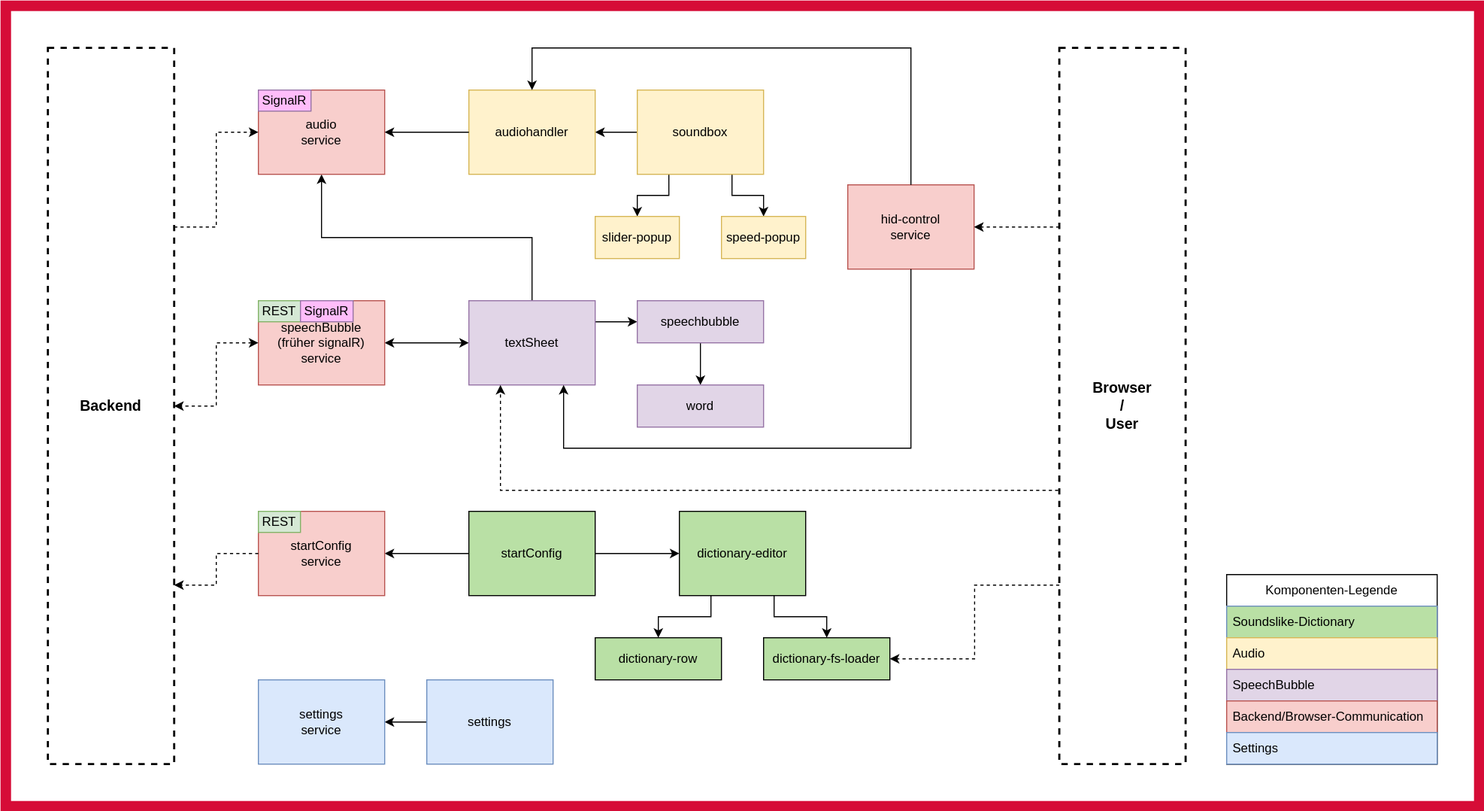
Before: TechnicalDocumentation/arc42/img/Bausteinsicht_2_Frontend.drawio.svg, a diagram exported from draw.io (Subletic/Documentation). Source tidied: cells renumbered, new cells last; positions are measured from the earlier drawing's top-left corner, leaving out a move shared by most shapes. The source it was exported from:
```xml
<mxGraphModel>
  <root>
    <mxCell id="0" />
    <mxCell id="1" parent="0" />
    <mxCell id="2" style="rounded=0;whiteSpace=wrap;html=1;strokeColor=#D60C37;fillColor=default;strokeWidth=10;" parent="1" vertex="1">
      <mxGeometry width="1400" height="760" as="geometry" />
    </mxCell>
    <mxCell id="3" style="edgeStyle=orthogonalEdgeStyle;rounded=0;jettySize=auto;html=1;exitX=1;exitY=0.5;exitDx=0;exitDy=0;entryX=0;entryY=0.5;entryDx=0;entryDy=0;" parent="1" edge="1" source="5" target="9">
      <mxGeometry relative="1" as="geometry" />
    </mxCell>
    <mxCell id="4" style="edgeStyle=orthogonalEdgeStyle;rounded=0;jettySize=auto;html=1;exitX=0;exitY=0.5;exitDx=0;exitDy=0;entryX=1;entryY=0.5;entryDx=0;entryDy=0;" parent="1" edge="1" source="5" target="31">
      <mxGeometry relative="1" as="geometry" />
    </mxCell>
    <mxCell id="5" value="startConfig" style="html=1;whiteSpace=wrap;fillColor=#B9E0A5;strokeColor=default;" parent="1" vertex="1">
      <mxGeometry x="440" y="480" width="120" height="80" as="geometry" />
    </mxCell>
    <mxCell id="6" style="ellipse;whiteSpace=wrap;html=1;align=center;fillColor=none;strokeColor=none;perimeter=centerPerimeter;" parent="1" vertex="1">
      <mxGeometry x="400" y="350" width="10" height="10" as="geometry" />
    </mxCell>
    <mxCell id="7" style="edgeStyle=orthogonalEdgeStyle;rounded=0;jettySize=auto;html=1;exitX=0.25;exitY=1;exitDx=0;exitDy=0;entryX=0.5;entryY=0;entryDx=0;entryDy=0;" parent="1" edge="1" source="9" target="45">
      <mxGeometry relative="1" as="geometry" />
    </mxCell>
    <mxCell id="8" style="edgeStyle=orthogonalEdgeStyle;rounded=0;jettySize=auto;html=1;exitX=0.75;exitY=1;exitDx=0;exitDy=0;" parent="1" edge="1" source="9" target="46">
      <mxGeometry relative="1" as="geometry" />
    </mxCell>
    <mxCell id="9" value="&lt;div&gt;dictionary-editor&lt;/div&gt;" style="html=1;whiteSpace=wrap;fillColor=#B9E0A5;strokeColor=default;" parent="1" vertex="1">
      <mxGeometry x="640" y="480" width="120" height="80" as="geometry" />
    </mxCell>
    <mxCell id="10" style="ellipse;whiteSpace=wrap;html=1;align=center;fillColor=none;strokeColor=none;perimeter=centerPerimeter;" parent="1" vertex="1">
      <mxGeometry x="405" y="330" width="10" height="10" as="geometry" />
    </mxCell>
    <mxCell id="11" style="ellipse;whiteSpace=wrap;html=1;align=center;fillColor=none;strokeColor=none;perimeter=centerPerimeter;" parent="1" vertex="1">
      <mxGeometry x="405" y="360" width="10" height="10" as="geometry" />
    </mxCell>
    <mxCell id="12" style="edgeStyle=orthogonalEdgeStyle;rounded=0;jettySize=auto;html=1;exitX=1;exitY=0.25;exitDx=0;exitDy=0;entryX=0;entryY=0.5;entryDx=0;entryDy=0;" parent="1" edge="1" source="15" target="17">
      <mxGeometry relative="1" as="geometry" />
    </mxCell>
    <mxCell id="13" style="edgeStyle=orthogonalEdgeStyle;rounded=0;jettySize=auto;html=1;exitX=0;exitY=0.5;exitDx=0;exitDy=0;entryX=1;entryY=0.5;entryDx=0;entryDy=0;startArrow=classic;startFill=1;" parent="1" edge="1" source="15" target="34">
      <mxGeometry relative="1" as="geometry" />
    </mxCell>
    <mxCell id="14" style="edgeStyle=orthogonalEdgeStyle;rounded=0;jettySize=auto;html=1;exitX=0.5;exitY=0;exitDx=0;exitDy=0;entryX=0.5;entryY=1;entryDx=0;entryDy=0;" parent="1" edge="1" source="15" target="38">
      <mxGeometry relative="1" as="geometry">
        <Array as="points">
          <mxPoint x="500" y="220" />
          <mxPoint x="300" y="220" />
        </Array>
      </mxGeometry>
    </mxCell>
    <mxCell id="15" value="&lt;div&gt;textSheet&lt;/div&gt;" style="html=1;whiteSpace=wrap;fillColor=#e1d5e7;strokeColor=#9673a6;" parent="1" vertex="1">
      <mxGeometry x="440" y="280" width="120" height="80" as="geometry" />
    </mxCell>
    <mxCell id="16" style="edgeStyle=orthogonalEdgeStyle;rounded=0;jettySize=auto;html=1;exitX=0.5;exitY=1;exitDx=0;exitDy=0;entryX=0.5;entryY=0;entryDx=0;entryDy=0;" parent="1" edge="1" source="17" target="19">
      <mxGeometry relative="1" as="geometry" />
    </mxCell>
    <mxCell id="17" value="speechbubble" style="html=1;whiteSpace=wrap;fillColor=#e1d5e7;strokeColor=#9673a6;" parent="1" vertex="1">
      <mxGeometry x="600" y="280" width="120" height="40" as="geometry" />
    </mxCell>
    <mxCell id="18" style="ellipse;whiteSpace=wrap;html=1;align=center;fillColor=none;strokeColor=none;perimeter=centerPerimeter;" parent="1" vertex="1">
      <mxGeometry x="415" y="310" width="10" height="10" as="geometry" />
    </mxCell>
    <mxCell id="19" value="word" style="html=1;whiteSpace=wrap;fillColor=#e1d5e7;strokeColor=#9673a6;" parent="1" vertex="1">
      <mxGeometry x="600" y="360" width="120" height="40" as="geometry" />
    </mxCell>
    <mxCell id="20" style="edgeStyle=orthogonalEdgeStyle;rounded=0;jettySize=auto;html=1;exitX=0;exitY=0.5;exitDx=0;exitDy=0;entryX=1;entryY=0.5;entryDx=0;entryDy=0;" parent="1" edge="1" source="23" target="41">
      <mxGeometry relative="1" as="geometry" />
    </mxCell>
    <mxCell id="21" style="edgeStyle=orthogonalEdgeStyle;rounded=0;jettySize=auto;html=1;exitX=0.25;exitY=1;exitDx=0;exitDy=0;entryX=0.5;entryY=0;entryDx=0;entryDy=0;" parent="1" edge="1" source="23" target="42">
      <mxGeometry relative="1" as="geometry" />
    </mxCell>
    <mxCell id="22" style="edgeStyle=orthogonalEdgeStyle;rounded=0;jettySize=auto;html=1;exitX=0.75;exitY=1;exitDx=0;exitDy=0;entryX=0.5;entryY=0;entryDx=0;entryDy=0;" parent="1" edge="1" source="23" target="43">
      <mxGeometry relative="1" as="geometry" />
    </mxCell>
    <mxCell id="23" value="soundbox" style="html=1;whiteSpace=wrap;fillColor=#fff2cc;strokeColor=#d6b656;" parent="1" vertex="1">
      <mxGeometry x="600" y="80" width="120" height="80" as="geometry" />
    </mxCell>
    <mxCell id="24" value="Komponenten-Legende" style="swimlane;fontStyle=0;horizontal=1;startSize=30;whiteSpace=wrap;html=1;" parent="1" vertex="1">
      <mxGeometry x="1160" y="540" width="200" height="180" as="geometry" />
    </mxCell>
    <mxCell id="25" value="Soundslike-Dictionary" style="text;strokeColor=#6c8ebf;fillColor=#B9E0A5;align=left;verticalAlign=middle;spacingLeft=4;spacingRight=4;overflow=hidden;whiteSpace=wrap;html=1;" parent="24" vertex="1">
      <mxGeometry y="30" width="200" height="30" as="geometry" />
    </mxCell>
    <mxCell id="26" value="Audio" style="text;strokeColor=#d6b656;fillColor=#fff2cc;align=left;verticalAlign=middle;spacingLeft=4;spacingRight=4;overflow=hidden;whiteSpace=wrap;html=1;" parent="24" vertex="1">
      <mxGeometry y="60" width="200" height="30" as="geometry" />
    </mxCell>
    <mxCell id="27" value="SpeechBubble" style="text;strokeColor=#9673a6;fillColor=#e1d5e7;align=left;verticalAlign=middle;spacingLeft=4;spacingRight=4;overflow=hidden;whiteSpace=wrap;html=1;" parent="24" vertex="1">
      <mxGeometry y="90" width="200" height="30" as="geometry" />
    </mxCell>
    <mxCell id="28" value="Backend/Browser-Communication" style="text;strokeColor=#b85450;fillColor=#f8cecc;align=left;verticalAlign=middle;spacingLeft=4;spacingRight=4;overflow=hidden;whiteSpace=wrap;html=1;" parent="24" vertex="1">
      <mxGeometry y="120" width="200" height="30" as="geometry" />
    </mxCell>
    <mxCell id="29" value="Settings" style="text;strokeColor=#6c8ebf;fillColor=#dae8fc;align=left;verticalAlign=middle;spacingLeft=4;spacingRight=4;overflow=hidden;whiteSpace=wrap;html=1;" parent="24" vertex="1">
      <mxGeometry y="150" width="200" height="30" as="geometry" />
    </mxCell>
    <mxCell id="30" style="group;" parent="1" vertex="1">
      <mxGeometry x="240" y="480" width="120" height="80" as="geometry" />
    </mxCell>
    <mxCell id="31" value="startConfig&lt;div&gt;service&lt;br&gt;&lt;/div&gt;" style="html=1;whiteSpace=wrap;fillColor=#f8cecc;strokeColor=#b85450;" parent="30" vertex="1">
      <mxGeometry width="120" height="80" as="geometry" />
    </mxCell>
    <mxCell id="32" value="REST" style="rounded=0;whiteSpace=wrap;html=1;fillColor=#d5e8d4;strokeColor=#82b366;" parent="30" vertex="1">
      <mxGeometry width="40" height="20" as="geometry" />
    </mxCell>
    <mxCell id="33" style="group;" parent="1" vertex="1">
      <mxGeometry x="240" y="280" width="120" height="80" as="geometry" />
    </mxCell>
    <mxCell id="34" value="&lt;div&gt;speechBubble&lt;/div&gt;&lt;div&gt;(früher signalR)&lt;/div&gt;&lt;div&gt;service&lt;/div&gt;" style="html=1;whiteSpace=wrap;fillColor=#f8cecc;strokeColor=#b85450;" parent="33" vertex="1">
      <mxGeometry width="120" height="80" as="geometry" />
    </mxCell>
    <mxCell id="35" value="REST" style="rounded=0;whiteSpace=wrap;html=1;fillColor=#d5e8d4;strokeColor=#82b366;" parent="33" vertex="1">
      <mxGeometry width="40" height="20" as="geometry" />
    </mxCell>
    <mxCell id="36" value="SignalR" style="rounded=0;whiteSpace=wrap;html=1;fillColor=#ffbdfa;strokeColor=#9673a6;" parent="33" vertex="1">
      <mxGeometry x="40" width="50" height="20" as="geometry" />
    </mxCell>
    <mxCell id="37" style="group;" parent="1" vertex="1">
      <mxGeometry x="240" y="80" width="120" height="80" as="geometry" />
    </mxCell>
    <mxCell id="38" value="&lt;div&gt;audio&lt;/div&gt;&lt;div&gt;service&lt;br&gt;&lt;/div&gt;" style="html=1;whiteSpace=wrap;fillColor=#f8cecc;strokeColor=#b85450;" parent="37" vertex="1">
      <mxGeometry width="120" height="80" as="geometry" />
    </mxCell>
    <mxCell id="39" value="SignalR" style="rounded=0;whiteSpace=wrap;html=1;fillColor=#ffbdfa;strokeColor=#9673a6;" parent="37" vertex="1">
      <mxGeometry width="50" height="20" as="geometry" />
    </mxCell>
    <mxCell id="40" style="group;" parent="1" vertex="1">
      <mxGeometry x="440" y="80" width="120" height="80" as="geometry" />
    </mxCell>
    <mxCell id="41" value="audiohandler" style="html=1;whiteSpace=wrap;fillColor=#fff2cc;strokeColor=#d6b656;" parent="40" vertex="1">
      <mxGeometry width="120" height="80" as="geometry" />
    </mxCell>
    <mxCell id="42" value="slider-popup" style="html=1;whiteSpace=wrap;fillColor=#fff2cc;strokeColor=#d6b656;" parent="1" vertex="1">
      <mxGeometry x="560" y="200" width="80" height="40" as="geometry" />
    </mxCell>
    <mxCell id="43" value="speed-popup" style="html=1;whiteSpace=wrap;fillColor=#fff2cc;strokeColor=#d6b656;" parent="1" vertex="1">
      <mxGeometry x="680" y="200" width="80" height="40" as="geometry" />
    </mxCell>
    <mxCell id="44" style="edgeStyle=orthogonalEdgeStyle;rounded=0;jettySize=auto;html=1;exitX=0;exitY=0.5;exitDx=0;exitDy=0;entryX=1;entryY=0.5;entryDx=0;entryDy=0;" parent="1" edge="1" source="41" target="38">
      <mxGeometry relative="1" as="geometry" />
    </mxCell>
    <mxCell id="45" value="dictionary-row" style="html=1;whiteSpace=wrap;fillColor=#B9E0A5;strokeColor=default;" parent="1" vertex="1">
      <mxGeometry x="560" y="600" width="120" height="40" as="geometry" />
    </mxCell>
    <mxCell id="46" value="dictionary-fs-loader" style="html=1;whiteSpace=wrap;fillColor=#B9E0A5;strokeColor=default;" parent="1" vertex="1">
      <mxGeometry x="720" y="600" width="120" height="40" as="geometry" />
    </mxCell>
    <mxCell id="47" style="group;" parent="1" vertex="1">
      <mxGeometry x="800" y="170" width="120" height="80" as="geometry" />
    </mxCell>
    <mxCell id="48" value="&lt;div&gt;hid-control&lt;/div&gt;&lt;div&gt;service&lt;br&gt;&lt;/div&gt;" style="html=1;whiteSpace=wrap;fillColor=#f8cecc;strokeColor=#b85450;" parent="47" vertex="1">
      <mxGeometry width="120" height="80" as="geometry" />
    </mxCell>
    <mxCell id="49" style="edgeStyle=orthogonalEdgeStyle;rounded=0;jettySize=auto;html=1;exitX=0.5;exitY=0;exitDx=0;exitDy=0;entryX=0.5;entryY=0;entryDx=0;entryDy=0;" parent="1" edge="1" source="48" target="41">
      <mxGeometry relative="1" as="geometry">
        <Array as="points">
          <mxPoint x="860" y="40" />
          <mxPoint x="500" y="40" />
        </Array>
      </mxGeometry>
    </mxCell>
    <mxCell id="50" style="edgeStyle=orthogonalEdgeStyle;rounded=0;jettySize=auto;html=1;exitX=0.5;exitY=1;exitDx=0;exitDy=0;entryX=0.75;entryY=1;entryDx=0;entryDy=0;" parent="1" edge="1" source="48" target="15">
      <mxGeometry relative="1" as="geometry">
        <Array as="points">
          <mxPoint x="860" y="420" />
          <mxPoint x="530" y="420" />
        </Array>
      </mxGeometry>
    </mxCell>
    <mxCell id="51" style="edgeStyle=orthogonalEdgeStyle;rounded=0;jettySize=auto;html=1;exitX=0;exitY=0.5;exitDx=0;exitDy=0;entryX=1;entryY=0.5;entryDx=0;entryDy=0;" parent="1" edge="1" source="52" target="53">
      <mxGeometry relative="1" as="geometry" />
    </mxCell>
    <mxCell id="52" value="settings" style="html=1;whiteSpace=wrap;fillColor=#dae8fc;strokeColor=#6c8ebf;" parent="1" vertex="1">
      <mxGeometry x="400" y="640" width="120" height="80" as="geometry" />
    </mxCell>
    <mxCell id="53" value="&lt;div&gt;settings&lt;/div&gt;&lt;div&gt;service&lt;br&gt;&lt;/div&gt;" style="html=1;whiteSpace=wrap;fillColor=#dae8fc;strokeColor=#6c8ebf;" parent="1" vertex="1">
      <mxGeometry x="240" y="640" width="120" height="80" as="geometry" />
    </mxCell>
    <mxCell id="54" style="edgeStyle=orthogonalEdgeStyle;rounded=0;jettySize=auto;html=1;exitX=0;exitY=0.25;exitDx=0;exitDy=0;entryX=1;entryY=0.5;entryDx=0;entryDy=0;dashed=1;" parent="1" edge="1" source="57" target="48">
      <mxGeometry relative="1" as="geometry" />
    </mxCell>
    <mxCell id="55" style="edgeStyle=orthogonalEdgeStyle;rounded=0;jettySize=auto;html=1;exitX=0;exitY=0.75;exitDx=0;exitDy=0;entryX=1;entryY=0.5;entryDx=0;entryDy=0;dashed=1;" parent="1" edge="1" source="57" target="46">
      <mxGeometry relative="1" as="geometry" />
    </mxCell>
    <mxCell id="56" style="edgeStyle=orthogonalEdgeStyle;rounded=0;jettySize=auto;html=1;entryX=0.25;entryY=1;entryDx=0;entryDy=0;dashed=1;" parent="1" edge="1" target="15">
      <mxGeometry relative="1" as="geometry">
        <mxPoint x="1000" y="460" as="sourcePoint" />
        <Array as="points">
          <mxPoint x="470" y="460" />
        </Array>
      </mxGeometry>
    </mxCell>
    <mxCell id="57" value="&lt;div style=&quot;font-size: 14px;&quot;&gt;&lt;font style=&quot;font-size: 14px;&quot;&gt;&lt;b&gt;Browser&lt;/b&gt;&lt;/font&gt;&lt;/div&gt;&lt;div style=&quot;font-size: 14px;&quot;&gt;&lt;font style=&quot;font-size: 14px;&quot;&gt;&lt;b&gt;/&lt;/b&gt;&lt;/font&gt;&lt;/div&gt;&lt;div style=&quot;font-size: 14px;&quot;&gt;&lt;font style=&quot;font-size: 14px;&quot;&gt;&lt;b&gt;&lt;font style=&quot;font-size: 14px;&quot;&gt;User&lt;/font&gt;&lt;br&gt;&lt;/b&gt;&lt;/font&gt;&lt;/div&gt;" style="rounded=0;whiteSpace=wrap;html=1;fillOpacity=0;dashed=1;strokeWidth=2;" parent="1" vertex="1">
      <mxGeometry x="1001" y="40" width="120" height="680" as="geometry" />
    </mxCell>
    <mxCell id="58" style="edgeStyle=orthogonalEdgeStyle;rounded=0;jettySize=auto;html=1;exitX=1;exitY=0.25;exitDx=0;exitDy=0;entryX=0;entryY=0.5;entryDx=0;entryDy=0;dashed=1;" parent="1" edge="1" source="59" target="38">
      <mxGeometry relative="1" as="geometry" />
    </mxCell>
    <mxCell id="59" value="&lt;b&gt;&lt;font style=&quot;font-size: 14px;&quot;&gt;Backend&lt;/font&gt;&lt;/b&gt;" style="rounded=0;whiteSpace=wrap;html=1;fillOpacity=0;dashed=1;strokeWidth=2;" parent="1" vertex="1">
      <mxGeometry x="40" y="40" width="120" height="680" as="geometry" />
    </mxCell>
    <mxCell id="60" style="edgeStyle=orthogonalEdgeStyle;rounded=0;jettySize=auto;html=1;exitX=0;exitY=0.5;exitDx=0;exitDy=0;entryX=1;entryY=0.5;entryDx=0;entryDy=0;startArrow=classic;startFill=1;dashed=1;" parent="1" edge="1" source="34" target="59">
      <mxGeometry relative="1" as="geometry" />
    </mxCell>
    <mxCell id="61" style="edgeStyle=orthogonalEdgeStyle;rounded=0;jettySize=auto;html=1;exitX=0;exitY=0.5;exitDx=0;exitDy=0;entryX=1;entryY=0.75;entryDx=0;entryDy=0;dashed=1;" parent="1" edge="1" source="31" target="59">
      <mxGeometry relative="1" as="geometry" />
    </mxCell>
  </root>
</mxGraphModel>
```
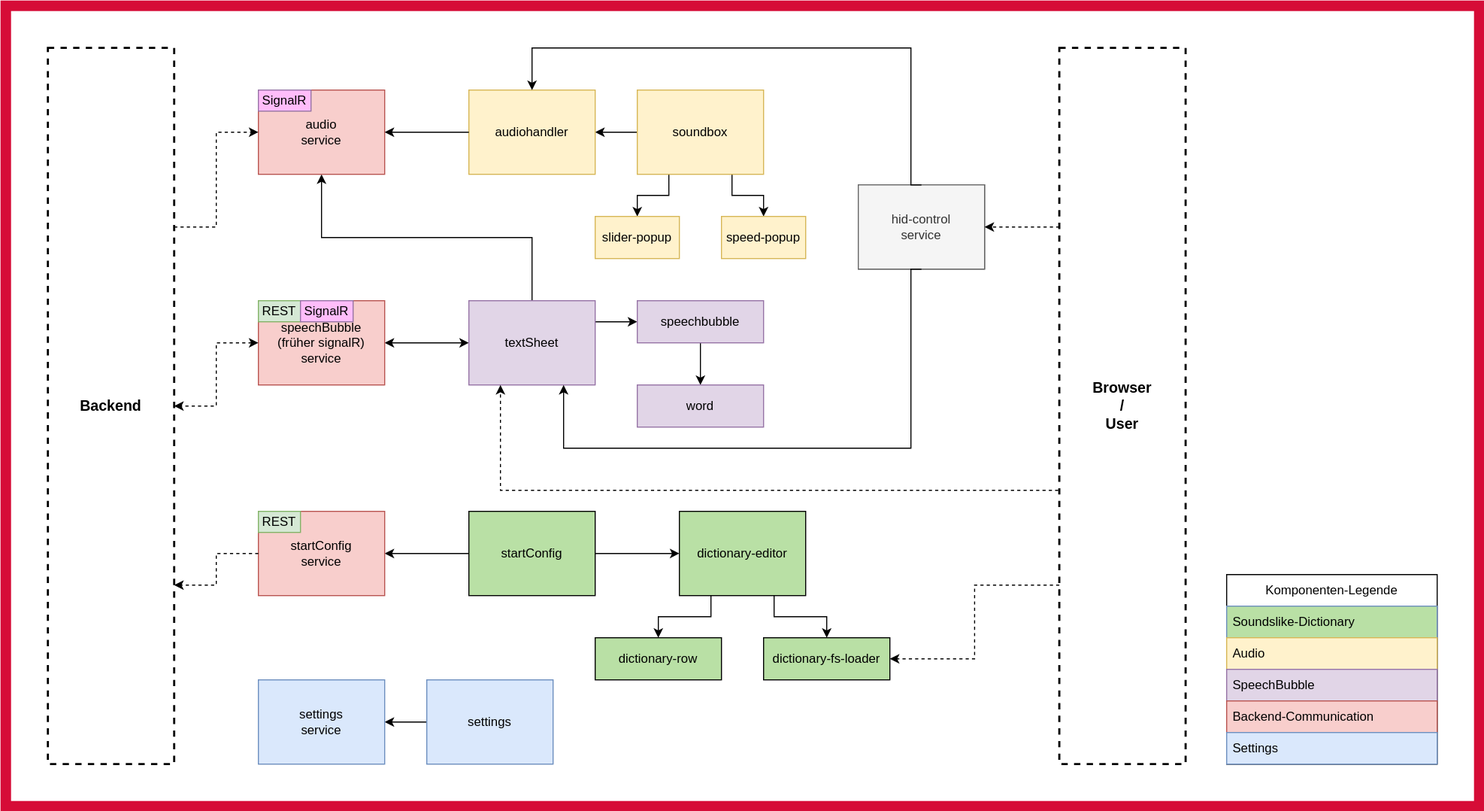
The same file after the commit.

The edit, as a diff of the source:
```diff
@@ -85,7 +85,7 @@
     <mxCell id="27" value="SpeechBubble" style="text;strokeColor=#9673a6;fillColor=#e1d5e7;align=left;verticalAlign=middle;spacingLeft=4;spacingRight=4;overflow=hidden;whiteSpace=wrap;html=1;" parent="24" vertex="1">
       <mxGeometry y="90" width="200" height="30" as="geometry" />
     </mxCell>
-    <mxCell id="28" value="Backend/Browser-Communication" style="text;strokeColor=#b85450;fillColor=#f8cecc;align=left;verticalAlign=middle;spacingLeft=4;spacingRight=4;overflow=hidden;whiteSpace=wrap;html=1;" parent="24" vertex="1">
+    <mxCell id="28" value="Backend-Communication" style="text;strokeColor=#b85450;fillColor=#f8cecc;align=left;verticalAlign=middle;spacingLeft=4;spacingRight=4;overflow=hidden;whiteSpace=wrap;html=1;" parent="24" vertex="1">
       <mxGeometry y="120" width="200" height="30" as="geometry" />
     </mxCell>
     <mxCell id="29" value="Settings" style="text;strokeColor=#6c8ebf;fillColor=#dae8fc;align=left;verticalAlign=middle;spacingLeft=4;spacingRight=4;overflow=hidden;whiteSpace=wrap;html=1;" parent="24" vertex="1">
@@ -142,10 +142,10 @@
     <mxCell id="46" value="dictionary-fs-loader" style="html=1;whiteSpace=wrap;fillColor=#B9E0A5;strokeColor=default;" parent="1" vertex="1">
       <mxGeometry x="720" y="600" width="120" height="40" as="geometry" />
     </mxCell>
-    <mxCell id="47" style="group;" parent="1" vertex="1">
-      <mxGeometry x="800" y="170" width="120" height="80" as="geometry" />
+    <mxCell id="47" style="group;fillColor=#f5f5f5;fontColor=#333333;strokeColor=#666666;" parent="1" vertex="1">
+      <mxGeometry x="810" y="170" width="120" height="80" as="geometry" />
     </mxCell>
-    <mxCell id="48" value="&lt;div&gt;hid-control&lt;/div&gt;&lt;div&gt;service&lt;br&gt;&lt;/div&gt;" style="html=1;whiteSpace=wrap;fillColor=#f8cecc;strokeColor=#b85450;" parent="47" vertex="1">
+    <mxCell id="48" value="&lt;div&gt;hid-control&lt;/div&gt;&lt;div&gt;service&lt;br&gt;&lt;/div&gt;" style="html=1;whiteSpace=wrap;fillColor=#f5f5f5;fontColor=#333333;strokeColor=#666666;" parent="47" vertex="1">
       <mxGeometry width="120" height="80" as="geometry" />
     </mxCell>
     <mxCell id="49" style="edgeStyle=orthogonalEdgeStyle;rounded=0;jettySize=auto;html=1;exitX=0.5;exitY=0;exitDx=0;exitDy=0;entryX=0.5;entryY=0;entryDx=0;entryDy=0;" parent="1" edge="1" source="48" target="41">
```
